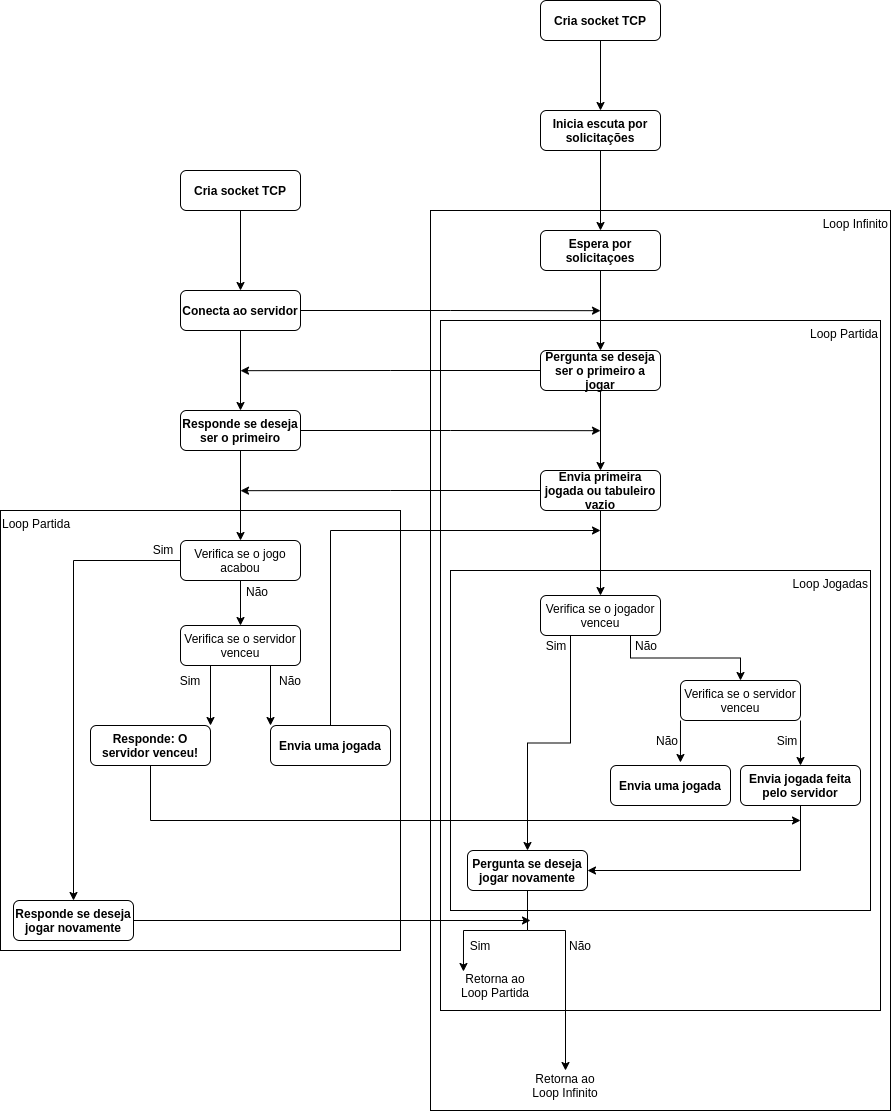
Above: protocolo.drawio.png in jumidlej/jogo-da-velha (draw.io), before the change. Source tidied: cells renumbered, new cells last; positions are measured from the earlier drawing's top-left corner, leaving out a move shared by most shapes.
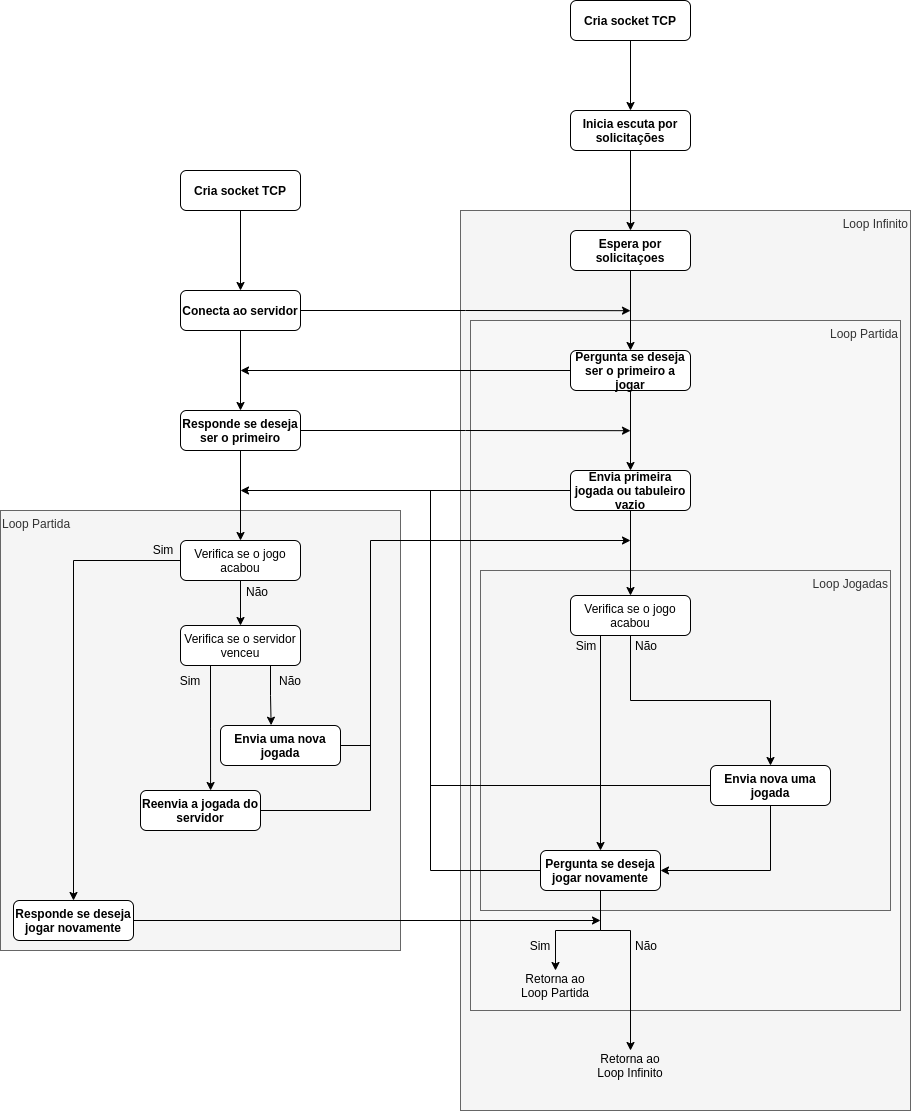
The same diagram one commit later.

What changed in the source:
```diff
@@ -2,8 +2,8 @@
   <root>
     <mxCell id="0" />
     <mxCell id="1" parent="0" />
-    <mxCell id="2" value="Loop Partida" style="rounded=0;whiteSpace=wrap;html=1;verticalAlign=top;align=left;" parent="1" vertex="1">
-      <mxGeometry y="510" width="400" height="440" as="geometry" />
+    <mxCell id="2" value="Loop Partida" style="rounded=0;whiteSpace=wrap;html=1;verticalAlign=top;align=left;fillColor=#f5f5f5;fontColor=#333333;strokeColor=#666666;" parent="1" vertex="1">
+      <mxGeometry x="-30" y="510" width="400" height="440" as="geometry" />
     </mxCell>
     <mxCell id="3" style="edgeStyle=orthogonalEdgeStyle;rounded=0;jettySize=auto;html=1;" parent="1" edge="1" source="4" target="5">
       <mxGeometry relative="1" as="geometry" />
@@ -14,21 +14,21 @@
     <mxCell id="5" value="Inicia escuta por solicitações" style="rounded=1;whiteSpace=wrap;html=1;fontSize=12;glass=0;strokeWidth=1;shadow=0;fontStyle=1;" parent="1" vertex="1">
       <mxGeometry x="540" y="110" width="120" height="40" as="geometry" />
     </mxCell>
-    <mxCell id="6" value="Loop Infinito" style="rounded=0;whiteSpace=wrap;html=1;fontSize=12;glass=0;strokeWidth=1;shadow=0;align=right;verticalAlign=top;" parent="1" vertex="1">
-      <mxGeometry x="430" y="210" width="460" height="900" as="geometry" />
+    <mxCell id="6" value="Loop Infinito" style="rounded=0;whiteSpace=wrap;html=1;fontSize=12;glass=0;strokeWidth=1;shadow=0;align=right;verticalAlign=top;fillColor=#f5f5f5;fontColor=#333333;strokeColor=#666666;" parent="1" vertex="1">
+      <mxGeometry x="430" y="210" width="450" height="900" as="geometry" />
     </mxCell>
     <mxCell id="7" value="Espera por solicitaçoes" style="rounded=1;whiteSpace=wrap;html=1;fontSize=12;glass=0;strokeWidth=1;shadow=0;fontStyle=1;" parent="1" vertex="1">
       <mxGeometry x="540" y="230" width="120" height="40" as="geometry" />
     </mxCell>
-    <mxCell id="8" value="Loop Partida" style="rounded=0;whiteSpace=wrap;html=1;align=right;verticalAlign=top;" parent="1" vertex="1">
-      <mxGeometry x="440" y="320" width="440" height="690" as="geometry" />
+    <mxCell id="8" value="Loop Partida" style="rounded=0;whiteSpace=wrap;html=1;align=right;verticalAlign=top;fillColor=#F7F7F7;strokeColor=#666666;fontColor=#333333;" parent="1" vertex="1">
+      <mxGeometry x="440" y="320" width="430" height="690" as="geometry" />
     </mxCell>
     <mxCell id="9" style="edgeStyle=orthogonalEdgeStyle;rounded=0;jettySize=auto;html=1;exitX=0.5;exitY=1;exitDx=0;exitDy=0;" parent="1" edge="1" source="11" target="16">
       <mxGeometry relative="1" as="geometry" />
     </mxCell>
     <mxCell id="10" style="edgeStyle=orthogonalEdgeStyle;rounded=0;jettySize=auto;html=1;exitX=0;exitY=0.5;exitDx=0;exitDy=0;" parent="1" edge="1" source="11">
       <mxGeometry relative="1" as="geometry">
-        <mxPoint x="240" y="370.2" as="targetPoint" />
+        <mxPoint x="210" y="370" as="targetPoint" />
       </mxGeometry>
     </mxCell>
     <mxCell id="11" value="Pergunta se deseja ser o primeiro a jogar" style="rounded=1;whiteSpace=wrap;html=1;fontSize=12;glass=0;strokeWidth=1;shadow=0;fontStyle=1;" parent="1" vertex="1">
@@ -43,79 +43,74 @@
       <mxGeometry relative="1" as="geometry" />
     </mxCell>
     <mxCell id="14" value="Responde se deseja ser o primeiro" style="rounded=1;whiteSpace=wrap;html=1;fontSize=12;glass=0;strokeWidth=1;shadow=0;fontStyle=1;" parent="1" vertex="1">
-      <mxGeometry x="180" y="410" width="120" height="40" as="geometry" />
+      <mxGeometry x="150" y="410" width="120" height="40" as="geometry" />
     </mxCell>
     <mxCell id="15" style="edgeStyle=orthogonalEdgeStyle;rounded=0;jettySize=auto;html=1;exitX=0;exitY=0.5;exitDx=0;exitDy=0;" parent="1" edge="1" source="16">
       <mxGeometry relative="1" as="geometry">
-        <mxPoint x="240" y="490.2" as="targetPoint" />
+        <mxPoint x="210" y="490" as="targetPoint" />
       </mxGeometry>
     </mxCell>
     <mxCell id="16" value="Envia primeira jogada ou tabuleiro vazio" style="rounded=1;whiteSpace=wrap;html=1;fontSize=12;glass=0;strokeWidth=1;shadow=0;fontStyle=1;" parent="1" vertex="1">
       <mxGeometry x="540" y="470" width="120" height="40" as="geometry" />
     </mxCell>
-    <mxCell id="17" value="Loop Jogadas" style="rounded=0;whiteSpace=wrap;html=1;align=right;verticalAlign=top;" parent="1" vertex="1">
-      <mxGeometry x="450" y="570" width="420" height="340" as="geometry" />
+    <mxCell id="17" value="Loop Jogadas" style="rounded=0;whiteSpace=wrap;html=1;align=right;verticalAlign=top;fillColor=#f5f5f5;fontColor=#333333;strokeColor=#666666;" parent="1" vertex="1">
+      <mxGeometry x="450" y="570" width="410" height="340" as="geometry" />
     </mxCell>
-    <mxCell id="18" style="edgeStyle=orthogonalEdgeStyle;rounded=0;jettySize=auto;html=1;exitX=0.75;exitY=1;exitDx=0;exitDy=0;entryX=0;entryY=0;entryDx=0;entryDy=0;" parent="1" edge="1" source="20" target="45">
+    <mxCell id="18" style="edgeStyle=orthogonalEdgeStyle;rounded=0;jettySize=auto;html=1;exitX=0.75;exitY=1;exitDx=0;exitDy=0;entryX=0.422;entryY=-0.007;entryDx=0;entryDy=0;entryPerimeter=0;" parent="1" edge="1" source="20" target="45">
       <mxGeometry relative="1" as="geometry" />
     </mxCell>
-    <mxCell id="19" style="edgeStyle=orthogonalEdgeStyle;rounded=0;jettySize=auto;html=1;exitX=0.25;exitY=1;exitDx=0;exitDy=0;entryX=1;entryY=0;entryDx=0;entryDy=0;" parent="1" edge="1" source="20" target="34">
+    <mxCell id="19" style="edgeStyle=orthogonalEdgeStyle;rounded=0;jettySize=auto;html=1;exitX=0.25;exitY=1;exitDx=0;exitDy=0;entryX=0.584;entryY=0;entryDx=0;entryDy=0;entryPerimeter=0;" parent="1" edge="1" source="20" target="34">
       <mxGeometry relative="1" as="geometry" />
     </mxCell>
     <mxCell id="20" value="Verifica se o servidor venceu" style="rounded=1;whiteSpace=wrap;html=1;fontSize=12;glass=0;strokeWidth=1;shadow=0;" parent="1" vertex="1">
-      <mxGeometry x="180" y="625" width="120" height="40" as="geometry" />
+      <mxGeometry x="150" y="625" width="120" height="40" as="geometry" />
     </mxCell>
+    <mxCell id="63" style="edgeStyle=orthogonalEdgeStyle;rounded=0;jettySize=auto;html=1;exitX=0;exitY=0.5;exitDx=0;exitDy=0;endArrow=none;endFill=0;" parent="1" edge="1" source="21">
+      <mxGeometry relative="1" as="geometry">
+        <mxPoint x="400" y="490" as="targetPoint" />
+      </mxGeometry>
+    </mxCell>
+    <mxCell id="64" style="edgeStyle=orthogonalEdgeStyle;rounded=0;jettySize=auto;html=1;exitX=0.5;exitY=1;exitDx=0;exitDy=0;entryX=1;entryY=0.5;entryDx=0;entryDy=0;endArrow=classic;endFill=1;" parent="1" edge="1" source="21" target="32">
+      <mxGeometry relative="1" as="geometry" />
+    </mxCell>
-    <mxCell id="21" value="Envia uma jogada" style="rounded=1;whiteSpace=wrap;html=1;fontSize=12;glass=0;strokeWidth=1;shadow=0;fontStyle=1;" parent="1" vertex="1">
-      <mxGeometry x="610" y="765" width="120" height="40" as="geometry" />
+    <mxCell id="21" value="Envia nova uma jogada" style="rounded=1;whiteSpace=wrap;html=1;fontSize=12;glass=0;strokeWidth=1;shadow=0;fontStyle=1;" parent="1" vertex="1">
+      <mxGeometry x="680" y="765" width="120" height="40" as="geometry" />
     </mxCell>
-    <mxCell id="22" style="edgeStyle=orthogonalEdgeStyle;rounded=0;jettySize=auto;html=1;exitX=0.75;exitY=1;exitDx=0;exitDy=0;entryX=0.5;entryY=0;entryDx=0;entryDy=0;" parent="1" edge="1" source="24" target="27">
-      <mxGeometry relative="1" as="geometry" />
-    </mxCell>
     <mxCell id="23" style="edgeStyle=orthogonalEdgeStyle;rounded=0;jettySize=auto;html=1;exitX=0.25;exitY=1;exitDx=0;exitDy=0;" parent="1" edge="1" source="24" target="32">
       <mxGeometry relative="1" as="geometry" />
     </mxCell>
+    <mxCell id="65" style="edgeStyle=orthogonalEdgeStyle;rounded=0;jettySize=auto;html=1;exitX=0.5;exitY=1;exitDx=0;exitDy=0;endArrow=classic;endFill=1;" parent="1" edge="1" source="24" target="21">
+      <mxGeometry relative="1" as="geometry" />
+    </mxCell>
-    <mxCell id="24" value="Verifica se o jogador venceu" style="rounded=1;whiteSpace=wrap;html=1;fontSize=12;glass=0;strokeWidth=1;shadow=0;" parent="1" vertex="1">
+    <mxCell id="24" value="Verifica se o jogo acabou" style="rounded=1;whiteSpace=wrap;html=1;fontSize=12;glass=0;strokeWidth=1;shadow=0;" parent="1" vertex="1">
       <mxGeometry x="540" y="595" width="120" height="40" as="geometry" />
     </mxCell>
-    <mxCell id="25" style="edgeStyle=orthogonalEdgeStyle;rounded=0;jettySize=auto;html=1;exitX=1;exitY=1;exitDx=0;exitDy=0;entryX=0.5;entryY=0;entryDx=0;entryDy=0;" parent="1" edge="1" source="27" target="29">
-      <mxGeometry relative="1" as="geometry" />
-    </mxCell>
-    <mxCell id="26" style="edgeStyle=orthogonalEdgeStyle;rounded=0;jettySize=auto;html=1;exitX=0;exitY=1;exitDx=0;exitDy=0;entryX=0.583;entryY=-0.075;entryDx=0;entryDy=0;entryPerimeter=0;" parent="1" edge="1" source="27" target="21">
-      <mxGeometry relative="1" as="geometry" />
-    </mxCell>
-    <mxCell id="27" value="Verifica se o servidor venceu" style="rounded=1;whiteSpace=wrap;html=1;fontSize=12;glass=0;strokeWidth=1;shadow=0;" parent="1" vertex="1">
-      <mxGeometry x="680" y="680" width="120" height="40" as="geometry" />
-    </mxCell>
-    <mxCell id="28" style="edgeStyle=orthogonalEdgeStyle;rounded=0;jettySize=auto;html=1;exitX=0.5;exitY=1;exitDx=0;exitDy=0;entryX=1;entryY=0.5;entryDx=0;entryDy=0;" parent="1" edge="1" source="29" target="32">
-      <mxGeometry relative="1" as="geometry" />
-    </mxCell>
-    <mxCell id="29" value="Envia jogada feita pelo servidor" style="rounded=1;whiteSpace=wrap;html=1;fontSize=12;glass=0;strokeWidth=1;shadow=0;fontStyle=1;" parent="1" vertex="1">
-      <mxGeometry x="740" y="765" width="120" height="40" as="geometry" />
-    </mxCell>
+    <mxCell id="66" style="edgeStyle=orthogonalEdgeStyle;rounded=0;jettySize=auto;html=1;exitX=0;exitY=0.5;exitDx=0;exitDy=0;endArrow=none;endFill=0;" parent="1" edge="1" source="32">
+      <mxGeometry relative="1" as="geometry">
+        <mxPoint x="400" y="490" as="targetPoint" />
+      </mxGeometry>
+    </mxCell>
-    <mxCell id="30" style="edgeStyle=orthogonalEdgeStyle;rounded=0;jettySize=auto;html=1;exitX=0.5;exitY=1;exitDx=0;exitDy=0;entryX=0.144;entryY=0.033;entryDx=0;entryDy=0;entryPerimeter=0;" parent="1" edge="1" source="32" target="55">
+    <mxCell id="30" style="edgeStyle=orthogonalEdgeStyle;rounded=0;jettySize=auto;html=1;exitX=0.5;exitY=1;exitDx=0;exitDy=0;entryX=0.5;entryY=0;entryDx=0;entryDy=0;endArrow=classic;endFill=1;" parent="1" edge="1" source="32" target="55">
       <mxGeometry relative="1" as="geometry" />
     </mxCell>
-    <mxCell id="31" style="edgeStyle=orthogonalEdgeStyle;rounded=0;jettySize=auto;html=1;exitX=0.5;exitY=1;exitDx=0;exitDy=0;entryX=0.5;entryY=0;entryDx=0;entryDy=0;" parent="1" edge="1" source="32" target="56">
+    <mxCell id="31" style="edgeStyle=orthogonalEdgeStyle;rounded=0;jettySize=auto;html=1;exitX=0.5;exitY=1;exitDx=0;exitDy=0;entryX=0.5;entryY=0;entryDx=0;entryDy=0;endArrow=classic;endFill=1;" parent="1" edge="1" source="32" target="56">
       <mxGeometry relative="1" as="geometry">
         <Array as="points">
-          <mxPoint x="527" y="930" />
-          <mxPoint x="565" y="930" />
+          <mxPoint x="570" y="930" />
+          <mxPoint x="600" y="930" />
         </Array>
       </mxGeometry>
     </mxCell>
     <mxCell id="32" value="Pergunta se deseja jogar novamente" style="rounded=1;whiteSpace=wrap;html=1;fontSize=12;glass=0;strokeWidth=1;shadow=0;fontStyle=1;" parent="1" vertex="1">
-      <mxGeometry x="467" y="850" width="120" height="40" as="geometry" />
+      <mxGeometry x="510" y="850" width="120" height="40" as="geometry" />
     </mxCell>
-    <mxCell id="33" style="edgeStyle=orthogonalEdgeStyle;rounded=0;jettySize=auto;html=1;exitX=0.5;exitY=1;exitDx=0;exitDy=0;" parent="1" edge="1" source="34">
-      <mxGeometry relative="1" as="geometry">
-        <mxPoint x="800" y="820" as="targetPoint" />
-        <Array as="points">
-          <mxPoint x="150" y="820" />
-        </Array>
-      </mxGeometry>
-    </mxCell>
+    <mxCell id="67" style="edgeStyle=orthogonalEdgeStyle;rounded=0;jettySize=auto;html=1;exitX=1;exitY=0.5;exitDx=0;exitDy=0;endArrow=none;endFill=0;" parent="1" edge="1" source="34">
+      <mxGeometry relative="1" as="geometry">
+        <mxPoint x="340" y="740" as="targetPoint" />
+      </mxGeometry>
+    </mxCell>
-    <mxCell id="34" value="Responde: O servidor venceu!" style="rounded=1;whiteSpace=wrap;html=1;fontSize=12;glass=0;strokeWidth=1;shadow=0;fontStyle=1;" parent="1" vertex="1">
-      <mxGeometry x="90" y="725" width="120" height="40" as="geometry" />
+    <mxCell id="34" value="Reenvia a jogada do servidor" style="rounded=1;whiteSpace=wrap;html=1;fontSize=12;glass=0;strokeWidth=1;shadow=0;fontStyle=1;" parent="1" vertex="1">
+      <mxGeometry x="110" y="790" width="120" height="40" as="geometry" />
     </mxCell>
     <mxCell id="35" style="edgeStyle=orthogonalEdgeStyle;rounded=0;jettySize=auto;html=1;" parent="1" edge="1" source="5" target="7">
       <mxGeometry relative="1" as="geometry" />
@@ -129,7 +124,7 @@
       </mxGeometry>
     </mxCell>
     <mxCell id="38" value="Conecta ao servidor" style="rounded=1;whiteSpace=wrap;html=1;fontSize=12;glass=0;strokeWidth=1;shadow=0;fontStyle=1;" parent="1" vertex="1">
-      <mxGeometry x="180" y="290" width="120" height="40" as="geometry" />
+      <mxGeometry x="150" y="290" width="120" height="40" as="geometry" />
     </mxCell>
     <mxCell id="39" style="edgeStyle=orthogonalEdgeStyle;rounded=0;jettySize=auto;html=1;exitX=0.5;exitY=1;exitDx=0;exitDy=0;" parent="1" edge="1" source="7" target="11">
       <mxGeometry relative="1" as="geometry" />
@@ -137,33 +132,31 @@
     <mxCell id="40" value="Sim" style="text;html=1;strokeColor=none;fillColor=none;align=center;verticalAlign=middle;whiteSpace=wrap;rounded=0;" parent="1" vertex="1">
       <mxGeometry x="526" y="630" width="60" height="30" as="geometry" />
     </mxCell>
-    <mxCell id="41" value="Sim" style="text;html=1;strokeColor=none;fillColor=none;align=center;verticalAlign=middle;whiteSpace=wrap;rounded=0;" parent="1" vertex="1">
-      <mxGeometry x="757" y="725" width="60" height="30" as="geometry" />
-    </mxCell>
     <mxCell id="42" value="Não" style="text;html=1;strokeColor=none;fillColor=none;align=center;verticalAlign=middle;whiteSpace=wrap;rounded=0;" parent="1" vertex="1">
-      <mxGeometry x="616" y="630" width="60" height="30" as="geometry" />
+      <mxGeometry x="586" y="630" width="60" height="30" as="geometry" />
     </mxCell>
     <mxCell id="43" style="edgeStyle=orthogonalEdgeStyle;rounded=0;jettySize=auto;html=1;exitX=0.25;exitY=1;exitDx=0;exitDy=0;" parent="1" edge="1" source="45">
       <mxGeometry relative="1" as="geometry">
-        <mxPoint x="280" y="750" as="targetPoint" />
+        <mxPoint x="250" y="750" as="targetPoint" />
       </mxGeometry>
     </mxCell>
-    <mxCell id="44" style="edgeStyle=orthogonalEdgeStyle;rounded=0;jettySize=auto;html=1;exitX=0.5;exitY=0;exitDx=0;exitDy=0;" parent="1" edge="1" source="45">
-      <mxGeometry relative="1" as="geometry">
-        <mxPoint x="600" y="530" as="targetPoint" />
-        <Array as="points">
-          <mxPoint x="330" y="530" />
-        </Array>
-      </mxGeometry>
-    </mxCell>
+    <mxCell id="68" style="edgeStyle=orthogonalEdgeStyle;rounded=0;jettySize=auto;html=1;exitX=1;exitY=0.5;exitDx=0;exitDy=0;endArrow=classic;endFill=1;" parent="1" edge="1" source="45">
+      <mxGeometry relative="1" as="geometry">
+        <mxPoint x="600" y="540" as="targetPoint" />
+        <Array as="points">
+          <mxPoint x="340" y="745" />
+          <mxPoint x="340" y="540" />
+        </Array>
+      </mxGeometry>
+    </mxCell>
-    <mxCell id="45" value="Envia uma jogada" style="rounded=1;whiteSpace=wrap;html=1;fontSize=12;glass=0;strokeWidth=1;shadow=0;fontStyle=1;" parent="1" vertex="1">
-      <mxGeometry x="270" y="725" width="120" height="40" as="geometry" />
+    <mxCell id="45" value="Envia uma nova jogada" style="rounded=1;whiteSpace=wrap;html=1;fontSize=12;glass=0;strokeWidth=1;shadow=0;fontStyle=1;" parent="1" vertex="1">
+      <mxGeometry x="190" y="725" width="120" height="40" as="geometry" />
     </mxCell>
     <mxCell id="46" value="Sim" style="text;html=1;strokeColor=none;fillColor=none;align=center;verticalAlign=middle;whiteSpace=wrap;rounded=0;" parent="1" vertex="1">
-      <mxGeometry x="160" y="665" width="60" height="30" as="geometry" />
+      <mxGeometry x="130" y="665" width="60" height="30" as="geometry" />
     </mxCell>
     <mxCell id="47" value="Não" style="text;html=1;strokeColor=none;fillColor=none;align=center;verticalAlign=middle;whiteSpace=wrap;rounded=0;" parent="1" vertex="1">
-      <mxGeometry x="260" y="665" width="60" height="30" as="geometry" />
+      <mxGeometry x="230" y="665" width="60" height="30" as="geometry" />
     </mxCell>
     <mxCell id="48" style="edgeStyle=orthogonalEdgeStyle;rounded=0;jettySize=auto;html=1;exitX=0;exitY=0.5;exitDx=0;exitDy=0;" parent="1" edge="1" source="50" target="52">
       <mxGeometry relative="1" as="geometry" />
@@ -172,45 +165,42 @@
       <mxGeometry relative="1" as="geometry" />
     </mxCell>
     <mxCell id="50" value="Verifica se o jogo acabou" style="rounded=1;whiteSpace=wrap;html=1;fontSize=12;glass=0;strokeWidth=1;shadow=0;" parent="1" vertex="1">
-      <mxGeometry x="180" y="540" width="120" height="40" as="geometry" />
+      <mxGeometry x="150" y="540" width="120" height="40" as="geometry" />
     </mxCell>
     <mxCell id="51" style="edgeStyle=orthogonalEdgeStyle;rounded=0;jettySize=auto;html=1;exitX=1;exitY=0.5;exitDx=0;exitDy=0;" parent="1" edge="1" source="52">
       <mxGeometry relative="1" as="geometry">
-        <mxPoint x="530" y="920" as="targetPoint" />
+        <mxPoint x="570" y="920" as="targetPoint" />
       </mxGeometry>
     </mxCell>
     <mxCell id="52" value="Responde se deseja jogar novamente" style="rounded=1;whiteSpace=wrap;html=1;fontSize=12;glass=0;strokeWidth=1;shadow=0;fontStyle=1;" parent="1" vertex="1">
-      <mxGeometry x="13" y="900" width="120" height="40" as="geometry" />
+      <mxGeometry x="-17" y="900" width="120" height="40" as="geometry" />
     </mxCell>
     <mxCell id="53" value="Sim" style="text;html=1;strokeColor=none;fillColor=none;align=center;verticalAlign=middle;whiteSpace=wrap;rounded=0;" parent="1" vertex="1">
-      <mxGeometry x="133" y="534" width="60" height="30" as="geometry" />
+      <mxGeometry x="103" y="534" width="60" height="30" as="geometry" />
     </mxCell>
     <mxCell id="54" value="Não" style="text;html=1;strokeColor=none;fillColor=none;align=center;verticalAlign=middle;whiteSpace=wrap;rounded=0;" parent="1" vertex="1">
-      <mxGeometry x="227" y="576" width="60" height="30" as="geometry" />
+      <mxGeometry x="197" y="576" width="60" height="30" as="geometry" />
     </mxCell>
     <mxCell id="55" value="Retorna ao Loop Partida" style="text;html=1;strokeColor=none;fillColor=none;align=center;verticalAlign=middle;whiteSpace=wrap;rounded=0;" parent="1" vertex="1">
-      <mxGeometry x="450" y="970" width="90" height="30" as="geometry" />
+      <mxGeometry x="480" y="970" width="90" height="30" as="geometry" />
     </mxCell>
     <mxCell id="56" value="Retorna ao Loop Infinito" style="text;html=1;strokeColor=none;fillColor=none;align=center;verticalAlign=middle;whiteSpace=wrap;rounded=0;" parent="1" vertex="1">
-      <mxGeometry x="520" y="1070" width="90" height="30" as="geometry" />
+      <mxGeometry x="555" y="1050" width="90" height="30" as="geometry" />
     </mxCell>
     <mxCell id="57" value="Sim" style="text;html=1;strokeColor=none;fillColor=none;align=center;verticalAlign=middle;whiteSpace=wrap;rounded=0;" parent="1" vertex="1">
-      <mxGeometry x="450" y="930" width="60" height="30" as="geometry" />
+      <mxGeometry x="480" y="930" width="60" height="30" as="geometry" />
     </mxCell>
     <mxCell id="58" value="Não" style="text;html=1;strokeColor=none;fillColor=none;align=center;verticalAlign=middle;whiteSpace=wrap;rounded=0;" parent="1" vertex="1">
-      <mxGeometry x="550" y="930" width="60" height="30" as="geometry" />
+      <mxGeometry x="586" y="930" width="60" height="30" as="geometry" />
     </mxCell>
     <mxCell id="59" style="edgeStyle=orthogonalEdgeStyle;rounded=0;jettySize=auto;html=1;exitX=0.5;exitY=1;exitDx=0;exitDy=0;" parent="1" edge="1" source="60" target="38">
       <mxGeometry relative="1" as="geometry" />
     </mxCell>
     <mxCell id="60" value="Cria socket TCP" style="rounded=1;whiteSpace=wrap;html=1;fontSize=12;glass=0;strokeWidth=1;shadow=0;fontStyle=1;" parent="1" vertex="1">
-      <mxGeometry x="180" y="170" width="120" height="40" as="geometry" />
+      <mxGeometry x="150" y="170" width="120" height="40" as="geometry" />
     </mxCell>
     <mxCell id="61" style="edgeStyle=orthogonalEdgeStyle;rounded=0;jettySize=auto;html=1;exitX=0.5;exitY=1;exitDx=0;exitDy=0;" parent="1" edge="1" source="16" target="24">
       <mxGeometry relative="1" as="geometry" />
     </mxCell>
-    <mxCell id="62" value="Não" style="text;html=1;strokeColor=none;fillColor=none;align=center;verticalAlign=middle;whiteSpace=wrap;rounded=0;" parent="1" vertex="1">
-      <mxGeometry x="637" y="725" width="60" height="30" as="geometry" />
-    </mxCell>
   </root>
 </mxGraphModel>
```
